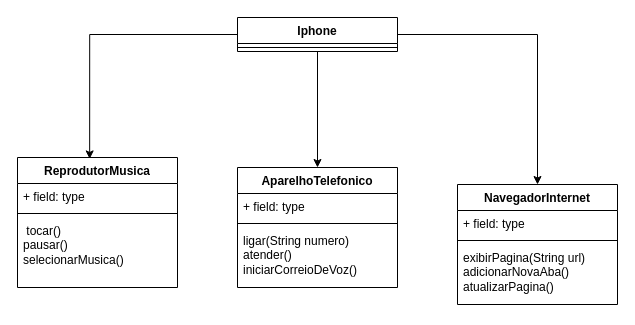
Before: desafioDIO.drawio in evelopes/DIO-Java, a draw.io diagram. Source tidied: cells renumbered, new cells numbered last; positions are measured from the earlier drawing's top-left corner, leaving out a move shared by most shapes. Both pictures are drawn from the tidied source at 100%, with x=0, y=0 at pixel (17, 17).
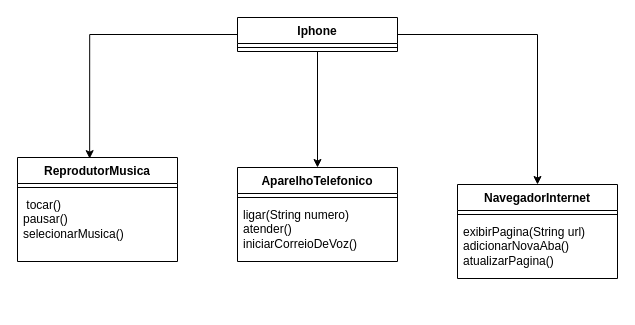
The same page after the edit.

Diff of the diagram source:
```diff
@@
 <mxGraphModel>
   <root>
     <mxCell id="0" />
     <mxCell id="1" parent="0" />
     <mxCell id="2" style="edgeStyle=orthogonalEdgeStyle;rounded=0;jettySize=auto;html=1;entryX=0.5;entryY=0;entryDx=0;entryDy=0;" parent="1" edge="1" source="4" target="10">
       <mxGeometry relative="1" as="geometry" />
     </mxCell>
     <mxCell id="3" style="edgeStyle=orthogonalEdgeStyle;rounded=0;jettySize=auto;html=1;" parent="1" edge="1" source="4" target="14">
       <mxGeometry relative="1" as="geometry" />
     </mxCell>
     <mxCell id="4" value="Iphone" style="swimlane;fontStyle=1;align=center;verticalAlign=top;horizontal=1;startSize=26;whiteSpace=wrap;html=1;" parent="1" vertex="1">
       <mxGeometry x="220" width="160" height="34" as="geometry" />
     </mxCell>
     <mxCell id="5" style="line;strokeWidth=1;fillColor=none;align=left;verticalAlign=middle;spacingTop=-1;spacingLeft=3;spacingRight=3;labelPosition=right;strokeColor=inherit;" parent="4" vertex="1">
       <mxGeometry y="26" width="160" height="8" as="geometry" />
     </mxCell>
     <mxCell id="6" value="ReprodutorMusica" style="swimlane;fontStyle=1;align=center;verticalAlign=top;horizontal=1;startSize=26;whiteSpace=wrap;html=1;" parent="1" vertex="1">
-      <mxGeometry y="140" width="160" height="130" as="geometry" />
+      <mxGeometry y="140" width="160" height="104" as="geometry" />
     </mxCell>
-    <mxCell id="7" value="+ field: type" style="text;strokeColor=none;fillColor=none;align=left;verticalAlign=top;spacingLeft=4;spacingRight=4;overflow=hidden;whiteSpace=wrap;html=1;" parent="6" vertex="1">
-      <mxGeometry y="26" width="160" height="26" as="geometry" />
-    </mxCell>
     <mxCell id="8" style="line;strokeWidth=1;fillColor=none;align=left;verticalAlign=middle;spacingTop=-1;spacingLeft=3;spacingRight=3;labelPosition=right;strokeColor=inherit;" parent="6" vertex="1">
-      <mxGeometry y="52" width="160" height="8" as="geometry" />
+      <mxGeometry y="26" width="160" height="8" as="geometry" />
     </mxCell>
     <mxCell id="9" value="&amp;nbsp;tocar()&lt;div&gt;pausar()&lt;/div&gt;&lt;div&gt;selecionarMusica()&lt;/div&gt;" style="text;strokeColor=none;fillColor=none;align=left;verticalAlign=top;spacingLeft=4;spacingRight=4;overflow=hidden;whiteSpace=wrap;html=1;" parent="6" vertex="1">
-      <mxGeometry y="60" width="160" height="70" as="geometry" />
+      <mxGeometry y="34" width="160" height="70" as="geometry" />
     </mxCell>
     <mxCell id="10" value="AparelhoTelefonico" style="swimlane;fontStyle=1;align=center;verticalAlign=top;horizontal=1;startSize=26;whiteSpace=wrap;html=1;" parent="1" vertex="1">
-      <mxGeometry x="220" y="150" width="160" height="120" as="geometry" />
+      <mxGeometry x="220" y="150" width="160" height="94" as="geometry" />
     </mxCell>
-    <mxCell id="11" value="+ field: type" style="text;strokeColor=none;fillColor=none;align=left;verticalAlign=top;spacingLeft=4;spacingRight=4;overflow=hidden;whiteSpace=wrap;html=1;" parent="10" vertex="1">
-      <mxGeometry y="26" width="160" height="26" as="geometry" />
-    </mxCell>
     <mxCell id="12" style="line;strokeWidth=1;fillColor=none;align=left;verticalAlign=middle;spacingTop=-1;spacingLeft=3;spacingRight=3;labelPosition=right;strokeColor=inherit;" parent="10" vertex="1">
-      <mxGeometry y="52" width="160" height="8" as="geometry" />
+      <mxGeometry y="26" width="160" height="8" as="geometry" />
     </mxCell>
     <mxCell id="13" value="ligar(String numero)&lt;div&gt;atender()&lt;/div&gt;&lt;div&gt;iniciarCorreioDeVoz()&lt;/div&gt;&lt;div&gt;&lt;br&gt;&lt;/div&gt;" style="text;strokeColor=none;fillColor=none;align=left;verticalAlign=top;spacingLeft=4;spacingRight=4;overflow=hidden;whiteSpace=wrap;html=1;" parent="10" vertex="1">
-      <mxGeometry y="60" width="160" height="60" as="geometry" />
+      <mxGeometry y="34" width="160" height="60" as="geometry" />
     </mxCell>
     <mxCell id="14" value="NavegadorInternet" style="swimlane;fontStyle=1;align=center;verticalAlign=top;horizontal=1;startSize=26;whiteSpace=wrap;html=1;" parent="1" vertex="1">
-      <mxGeometry x="440" y="167" width="160" height="120" as="geometry" />
+      <mxGeometry x="440" y="167" width="160" height="94" as="geometry" />
     </mxCell>
-    <mxCell id="15" value="+ field: type" style="text;strokeColor=none;fillColor=none;align=left;verticalAlign=top;spacingLeft=4;spacingRight=4;overflow=hidden;whiteSpace=wrap;html=1;" parent="14" vertex="1">
-      <mxGeometry y="26" width="160" height="26" as="geometry" />
-    </mxCell>
     <mxCell id="16" style="line;strokeWidth=1;fillColor=none;align=left;verticalAlign=middle;spacingTop=-1;spacingLeft=3;spacingRight=3;labelPosition=right;strokeColor=inherit;" parent="14" vertex="1">
-      <mxGeometry y="52" width="160" height="8" as="geometry" />
+      <mxGeometry y="26" width="160" height="8" as="geometry" />
     </mxCell>
     <mxCell id="17" value="exibirPagina(String url)&lt;div&gt;adicionarNovaAba()&lt;/div&gt;&lt;div&gt;atualizarPagina()&lt;/div&gt;" style="text;strokeColor=none;fillColor=none;align=left;verticalAlign=top;spacingLeft=4;spacingRight=4;overflow=hidden;whiteSpace=wrap;html=1;" parent="14" vertex="1">
-      <mxGeometry y="60" width="160" height="60" as="geometry" />
+      <mxGeometry y="34" width="160" height="60" as="geometry" />
     </mxCell>
     <mxCell id="18" style="edgeStyle=orthogonalEdgeStyle;rounded=0;jettySize=auto;html=1;entryX=0.451;entryY=0.011;entryDx=0;entryDy=0;entryPerimeter=0;" parent="1" edge="1" source="4" target="6">
       <mxGeometry relative="1" as="geometry" />
     </mxCell>
   </root>
 </mxGraphModel>
```
